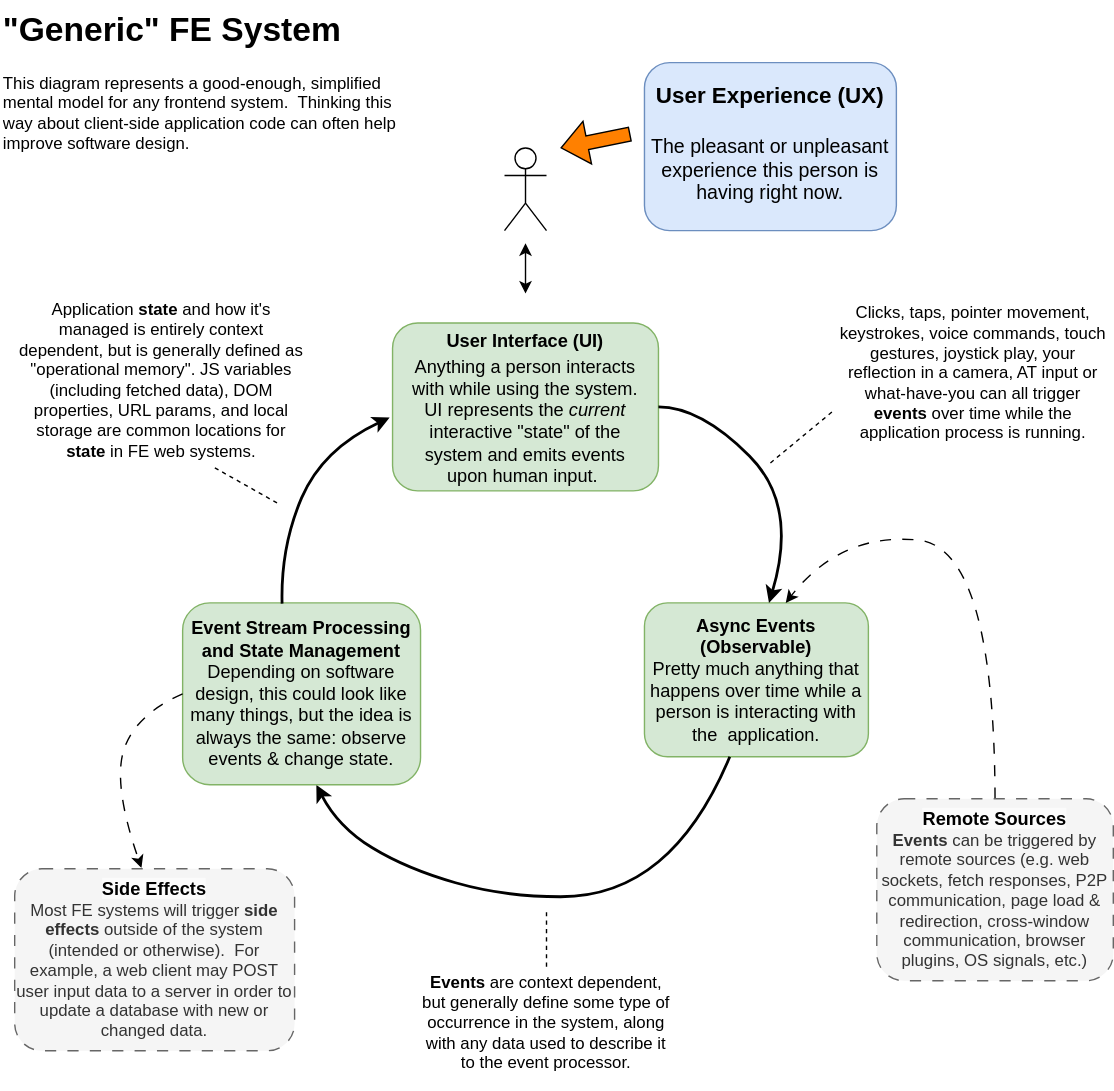
Earlier version of the draw.io export Generic-FE-System.drawio.svg (darthrellimnad/generic-fe-system). Source tidied: cells renumbered, new cells last; positions are measured from the earlier drawing's top-left corner, leaving out a move shared by most shapes.
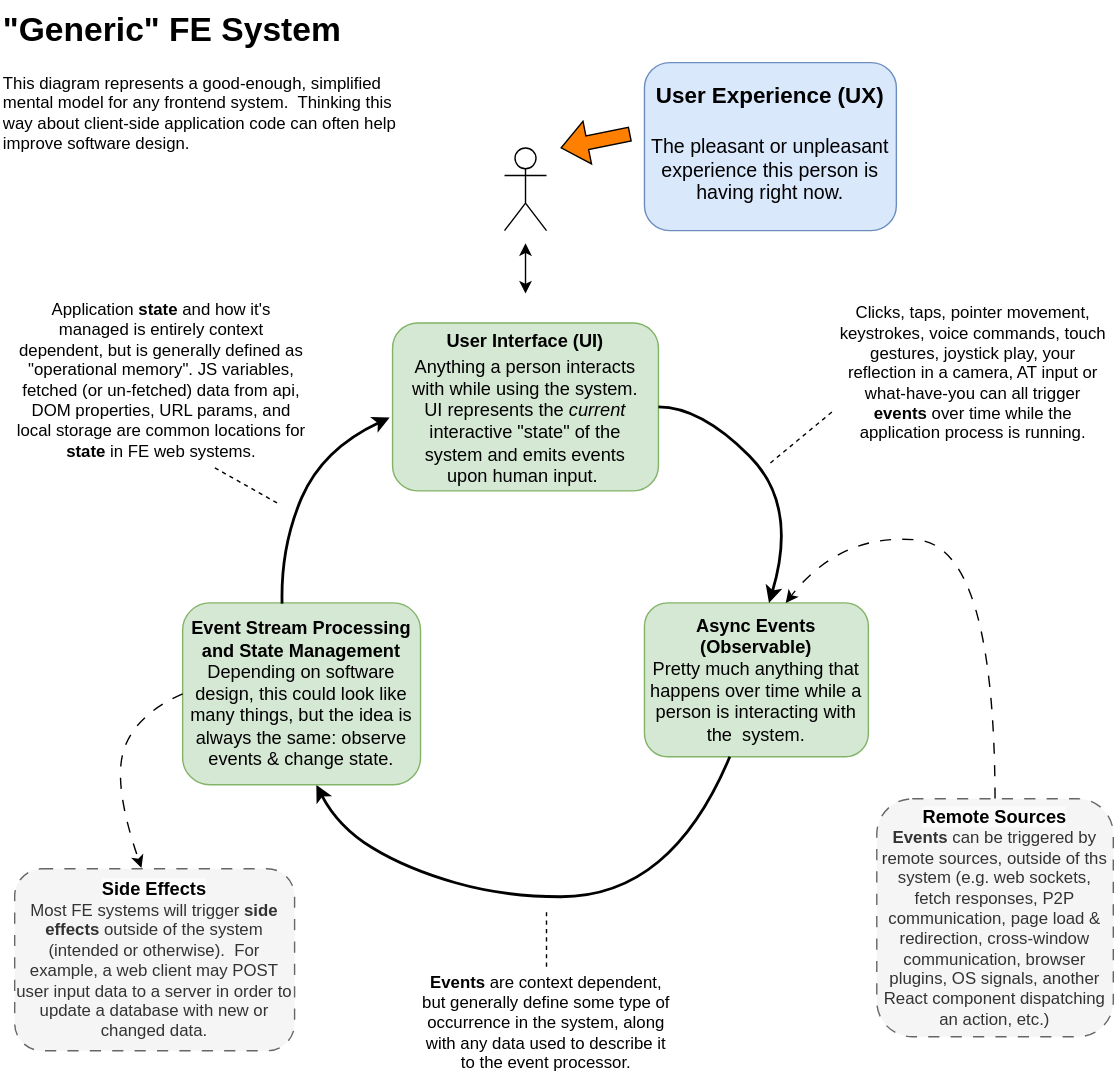
Above is the later version.

Change to the diagram source:
```diff
@@ -5,7 +5,7 @@
     <mxCell id="2" value="&lt;h1 style=&quot;margin-top: 0px;&quot;&gt;&quot;Generic&quot; FE System&lt;/h1&gt;&lt;p&gt;This diagram represents a good-enough, simplified mental model for any frontend system.&amp;nbsp; Thinking this way about client-side application code can often help improve software design.&lt;/p&gt;" style="text;html=1;whiteSpace=wrap;overflow=hidden;rounded=0;" parent="1" vertex="1">
       <mxGeometry width="290" height="120" as="geometry" />
     </mxCell>
-    <mxCell id="3" value="&lt;font style=&quot;font-size: 13px;&quot;&gt;&lt;b&gt;Async Events (Observable)&lt;/b&gt;&lt;/font&gt;&lt;div&gt;&lt;font style=&quot;font-size: 13px;&quot;&gt;Pretty much anything that happens over time while a person is interacting with the&amp;nbsp; application.&lt;/font&gt;&lt;/div&gt;" style="rounded=1;whiteSpace=wrap;html=1;fillColor=#d5e8d4;strokeColor=#82b366;" parent="1" vertex="1">
+    <mxCell id="3" value="&lt;font style=&quot;font-size: 13px;&quot;&gt;&lt;b&gt;Async Events (Observable)&lt;/b&gt;&lt;/font&gt;&lt;div&gt;&lt;font style=&quot;font-size: 13px;&quot;&gt;Pretty much anything that happens over time while a person is interacting with the&amp;nbsp; system.&lt;/font&gt;&lt;/div&gt;" style="rounded=1;whiteSpace=wrap;html=1;fillColor=#d5e8d4;strokeColor=#82b366;" parent="1" vertex="1">
       <mxGeometry x="460" y="430" width="160" height="110" as="geometry" />
     </mxCell>
     <mxCell id="4" style="rounded=1;whiteSpace=wrap;html=1;fillColor=#d5e8d4;strokeColor=#82b366;" parent="1" vertex="1">
@@ -33,8 +33,8 @@
         </Array>
       </mxGeometry>
     </mxCell>
-    <mxCell id="8" value="&lt;b style=&quot;color: rgb(0, 0, 0); font-family: Helvetica; font-size: 13px; font-style: normal; font-variant-ligatures: normal; font-variant-caps: normal; letter-spacing: normal; orphans: 2; text-align: center; text-indent: 0px; text-transform: none; widows: 2; word-spacing: 0px; -webkit-text-stroke-width: 0px; white-space: normal; background-color: rgb(251, 251, 251); text-decoration-thickness: initial; text-decoration-style: initial; text-decoration-color: initial;&quot;&gt;Remote Sources&lt;/b&gt;&lt;div&gt;&lt;b&gt;Events&lt;/b&gt; can be triggered by remote sources (e.g. web sockets, fetch responses, P2P communication, page load &amp;amp; redirection, cross-window communication, browser plugins, OS signals, etc.)&lt;/div&gt;" style="rounded=1;whiteSpace=wrap;html=1;shadow=0;glass=0;strokeColor=#666666;strokeWidth=1;perimeterSpacing=0;fillColor=#f5f5f5;fontColor=#333333;dashed=1;dashPattern=8 8;" parent="1" vertex="1">
-      <mxGeometry x="626" y="570" width="169" height="130" as="geometry" />
+    <mxCell id="8" value="&lt;b style=&quot;color: rgb(0, 0, 0); font-family: Helvetica; font-size: 13px; font-style: normal; font-variant-ligatures: normal; font-variant-caps: normal; letter-spacing: normal; orphans: 2; text-align: center; text-indent: 0px; text-transform: none; widows: 2; word-spacing: 0px; -webkit-text-stroke-width: 0px; white-space: normal; background-color: rgb(251, 251, 251); text-decoration-thickness: initial; text-decoration-style: initial; text-decoration-color: initial;&quot;&gt;Remote Sources&lt;/b&gt;&lt;div&gt;&lt;b&gt;Events&lt;/b&gt; can be triggered by remote sources, outside of ths system (e.g. web sockets, fetch responses, P2P communication, page load &amp;amp; redirection, cross-window communication, browser plugins, OS signals, another React component dispatching an action, etc.)&lt;/div&gt;" style="rounded=1;whiteSpace=wrap;html=1;shadow=0;glass=0;strokeColor=#666666;strokeWidth=1;perimeterSpacing=0;fillColor=#f5f5f5;fontColor=#333333;dashed=1;dashPattern=8 8;" parent="1" vertex="1">
+      <mxGeometry x="626" y="570" width="169" height="170" as="geometry" />
     </mxCell>
     <mxCell id="9" value="&lt;b&gt;&lt;font style=&quot;font-size: 13px;&quot;&gt;Event Stream Processing and State Management&lt;/font&gt;&lt;/b&gt;&lt;div&gt;&lt;font style=&quot;font-size: 13px;&quot;&gt;Depending on software design, this could look like many things, but the idea is always the same: observe events &amp;amp; change state.&lt;/font&gt;&lt;/div&gt;" style="rounded=1;whiteSpace=wrap;html=1;fillColor=#d5e8d4;strokeColor=#82b366;" parent="1" vertex="1">
       <mxGeometry x="130" y="430" width="170" height="130" as="geometry" />
@@ -58,7 +58,7 @@
     <mxCell id="12" value="Clicks, taps, pointer movement, keystrokes, voice commands, touch gestures, joystick play, your reflection in a camera, AT input or what-have-you can all trigger &lt;b&gt;events&lt;/b&gt;&amp;nbsp;over time while the application process is running." style="text;html=1;align=center;verticalAlign=middle;whiteSpace=wrap;rounded=0;" parent="1" vertex="1">
       <mxGeometry x="595" y="211" width="200" height="109" as="geometry" />
     </mxCell>
-    <mxCell id="13" value="Application &lt;b&gt;state&lt;/b&gt;&amp;nbsp;and how it's managed is entirely context dependent, but is generally defined as &quot;operational memory&quot;. JS variables (including fetched data), DOM properties, URL params, and local storage are common locations for &lt;b&gt;state&lt;/b&gt;&amp;nbsp;in FE web systems." style="text;html=1;align=center;verticalAlign=middle;whiteSpace=wrap;rounded=0;" parent="1" vertex="1">
+    <mxCell id="13" value="Application &lt;b&gt;state&lt;/b&gt;&amp;nbsp;and how it's managed is entirely context dependent, but is generally defined as &quot;operational memory&quot;. JS variables, fetched (or un-fetched) data from api, DOM properties, URL params, and local storage are common locations for &lt;b&gt;state&lt;/b&gt;&amp;nbsp;in FE web systems." style="text;html=1;align=center;verticalAlign=middle;whiteSpace=wrap;rounded=0;" parent="1" vertex="1">
       <mxGeometry x="10" y="211" width="210" height="120" as="geometry" />
     </mxCell>
     <mxCell id="14" style="endArrow=none;dashed=1;html=1;rounded=0;entryX=0;entryY=0.75;entryDx=0;entryDy=0;" parent="1" edge="1" target="12">
```
